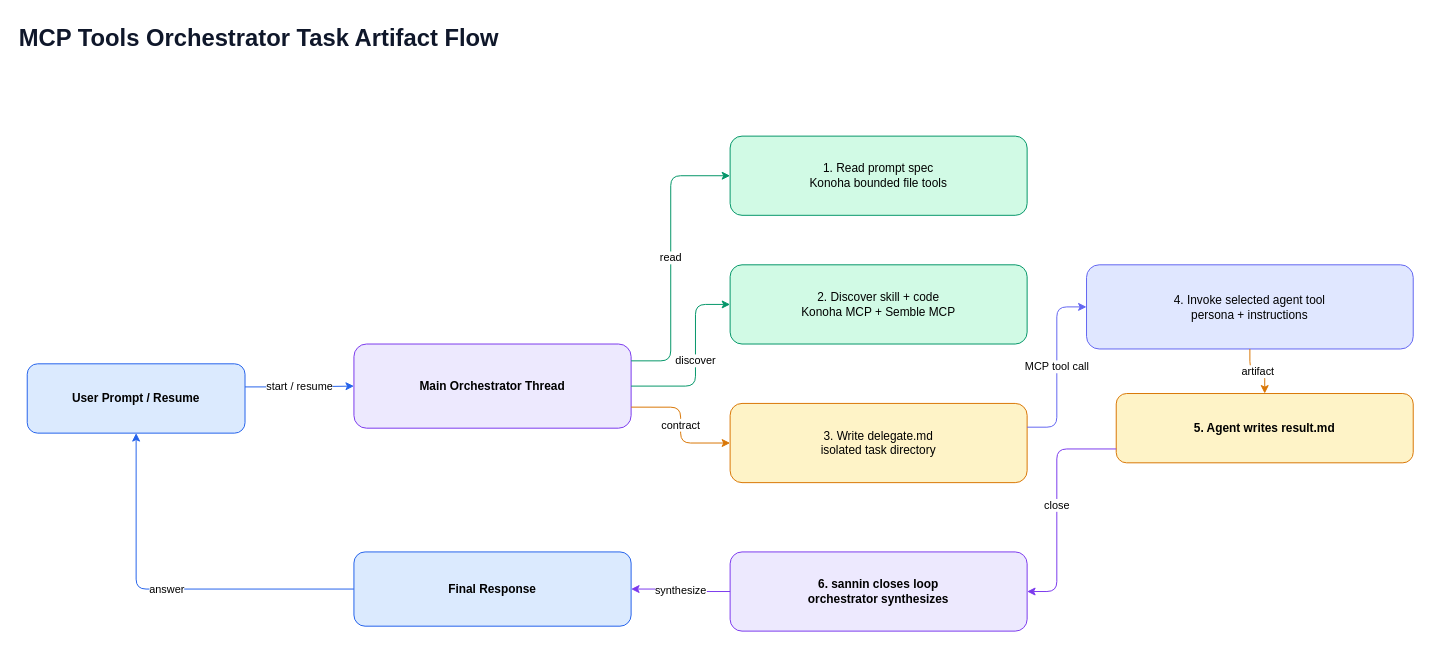
andycungkrinx91/konoha keeps this draw.io diagram as page "08 Orchestrator Task Artifact Flow" (8 of 15) of docs/diagrams/konoha-architecture.drawio. Above is the earlier version. Source tidied: cells renumbered, new cells numbered last; positions are measured from the earlier drawing's top-left corner, leaving out a move shared by most shapes. Both pictures are drawn from the tidied source at 99%, with x=0, y=0 at pixel (17, 17).
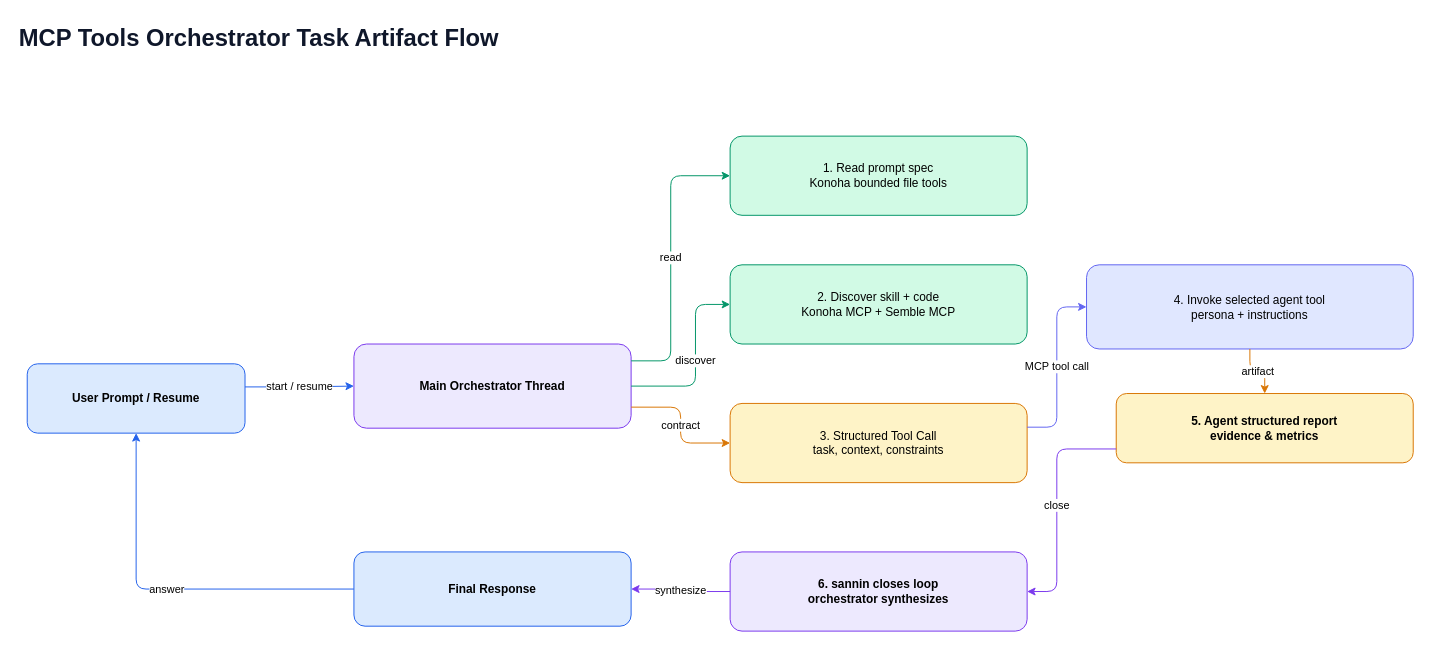
The same diagram, later.

What changed in the source:
```diff
@@
-    <mxCell id="7" value="3. Write delegate.md&#10;isolated task directory" style="rounded=1;html=1;whiteSpace=wrap;fillColor=#fef3c7;strokeColor=#d97706;overflow=visible;" parent="1" vertex="1">
+    <mxCell id="7" value="3. Structured Tool Call&#10;task, context, constraints" style="rounded=1;html=1;whiteSpace=wrap;fillColor=#fef3c7;strokeColor=#d97706;overflow=visible;" parent="1" vertex="1">
       <mxGeometry x="720" y="390" width="300" height="80" as="geometry" />
     </mxCell>
@@
-    <mxCell id="9" value="5. Agent writes result.md" style="rounded=1;html=1;whiteSpace=wrap;fillColor=#fef3c7;strokeColor=#d97706;fontStyle=1;overflow=visible;" parent="1" vertex="1">
+    <mxCell id="9" value="5. Agent structured report&#10;evidence &amp; metrics" style="rounded=1;html=1;whiteSpace=wrap;fillColor=#fef3c7;strokeColor=#d97706;fontStyle=1;overflow=visible;" parent="1" vertex="1">
       <mxGeometry x="1110" y="380" width="300" height="70" as="geometry" />
     </mxCell>
```
